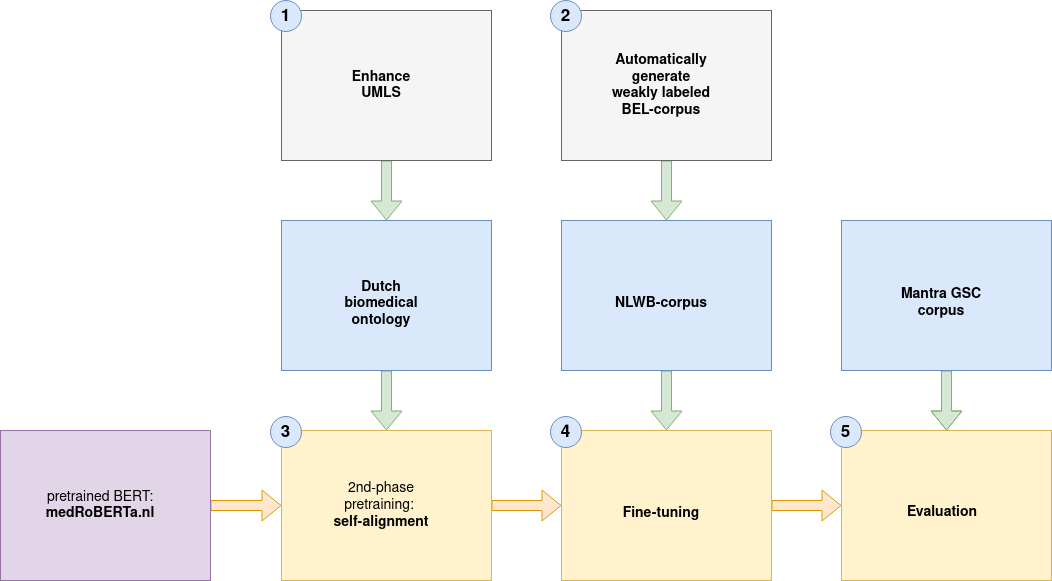
The draw.io diagram report/overview.png in fonshartendorp/dutch_biomedical_entity_linking, before a commit. Source tidied: cells renumbered, new cells last; positions are measured from the earlier drawing's top-left corner, leaving out a move shared by most shapes.
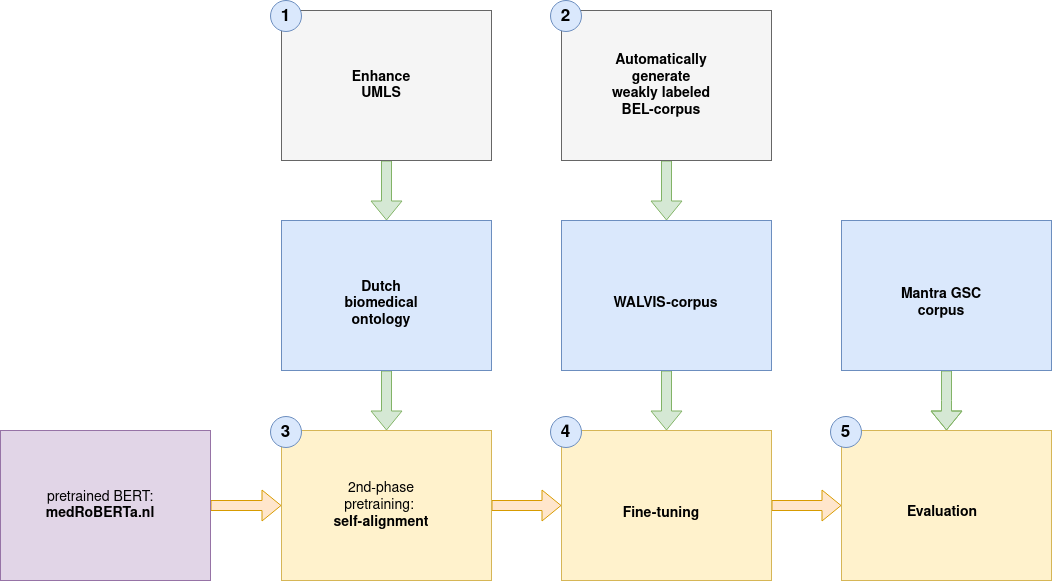
After the change.

Diff of the diagram source:
```diff
@@ -44,8 +44,8 @@
     <mxCell id="15" style="rounded=0;whiteSpace=wrap;html=1;verticalAlign=top;fillColor=#dae8fc;strokeColor=#6c8ebf;" parent="1" vertex="1">
       <mxGeometry x="561" y="220" width="210" height="150" as="geometry" />
     </mxCell>
-    <mxCell id="16" value="&lt;div style=&quot;font-size: 14px;&quot;&gt;&lt;br&gt;&lt;/div&gt;&lt;div style=&quot;font-size: 14px;&quot;&gt;&lt;b&gt;NLWB-corpus&lt;br&gt;&lt;/b&gt;&lt;/div&gt;" style="text;strokeColor=none;align=center;fillColor=none;html=1;verticalAlign=middle;whiteSpace=wrap;rounded=0;" parent="1" vertex="1">
-      <mxGeometry x="611" y="280" width="100" height="30" as="geometry" />
+    <mxCell id="16" value="&lt;div style=&quot;font-size: 14px;&quot;&gt;&lt;br&gt;&lt;/div&gt;&lt;div style=&quot;font-size: 14px;&quot;&gt;&lt;b&gt;WALVIS-corpus&lt;br&gt;&lt;/b&gt;&lt;/div&gt;" style="text;strokeColor=none;align=center;fillColor=none;html=1;verticalAlign=middle;whiteSpace=wrap;rounded=0;" parent="1" vertex="1">
+      <mxGeometry x="606" y="280" width="119" height="30" as="geometry" />
     </mxCell>
     <mxCell id="17" style="rounded=0;whiteSpace=wrap;html=1;verticalAlign=top;fillColor=#fff2cc;strokeColor=#d6b656;" parent="1" vertex="1">
       <mxGeometry x="841" y="430" width="210" height="150" as="geometry" />
```
